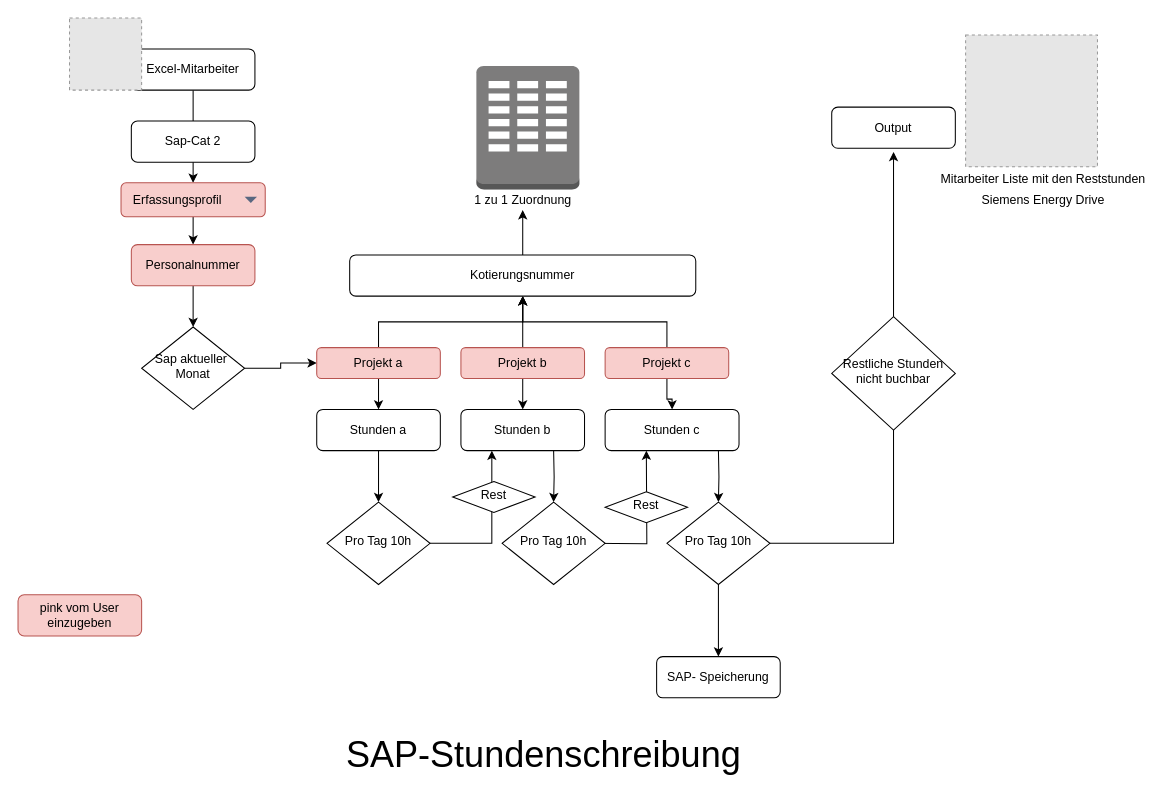
najima23/Web-Programmierung keeps this draw.io diagram as Untitled Diagram.drawio. Above is the earlier version. Source tidied: cells renumbered, new cells numbered last; positions are measured from the earlier drawing's top-left corner, leaving out a move shared by most shapes. Both pictures are drawn from the tidied source at 103%, with x=0, y=0 at pixel (18, 18). Pictures stored in the file or linked from it are replaced by grey dashed boxes.
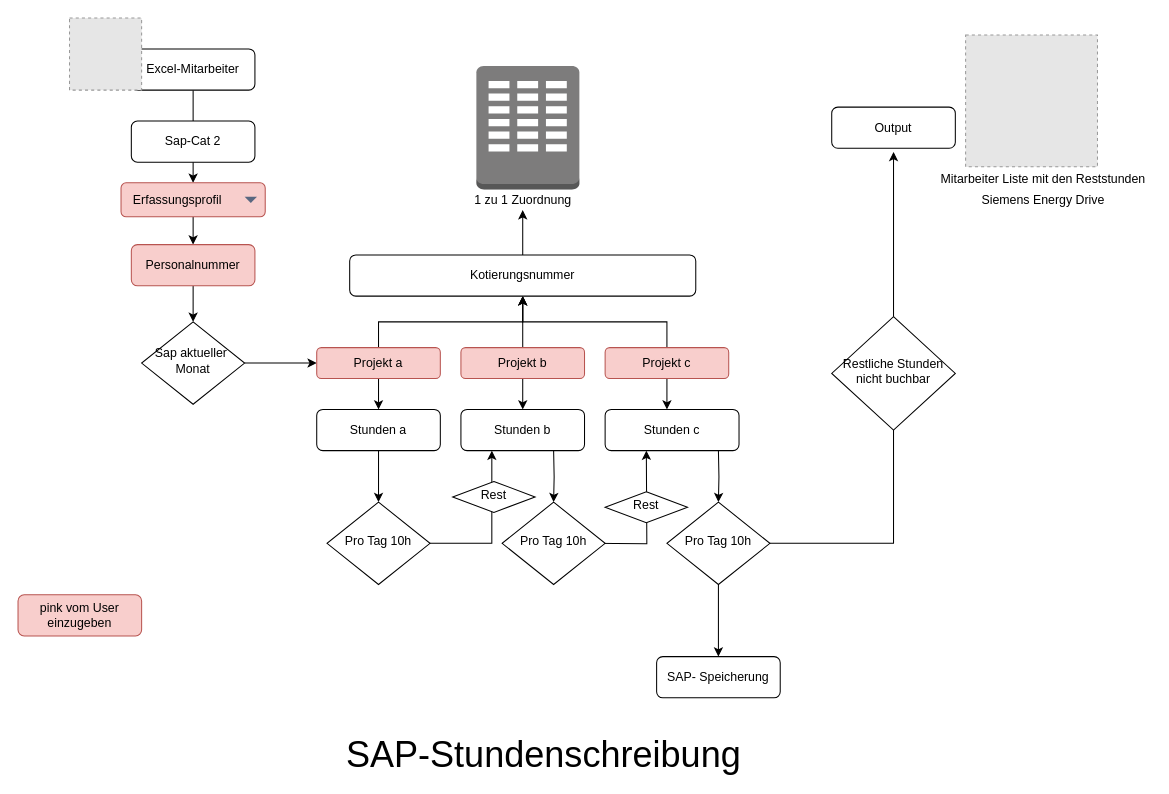
Above is the later version.

Unchanged cells that the change refers to:
```xml
<mxCell id="23" value="Projekt c" style="rounded=1;whiteSpace=wrap;html=1;fontSize=12;glass=0;strokeWidth=1;shadow=0;fillColor=#f8cecc;strokeColor=#b85450;" parent="1" vertex="1">
  <mxGeometry x="570" y="320" width="120" height="30" as="geometry" />
</mxCell>
<mxCell id="27" value="Stunden c" style="rounded=1;whiteSpace=wrap;html=1;fontSize=12;glass=0;strokeWidth=1;shadow=0;" parent="1" vertex="1">
  <mxGeometry x="570" y="380" width="130" height="40" as="geometry" />
</mxCell>
```

Change to the diagram source:
```diff
@@
     <mxCell id="13" value="Sap aktueller&amp;nbsp;&lt;br&gt;Monat" style="rhombus;whiteSpace=wrap;html=1;shadow=0;fontFamily=Helvetica;fontSize=12;align=center;strokeWidth=1;spacing=6;spacingTop=-4;" parent="1" vertex="1">
-      <mxGeometry x="120" y="300" width="100" height="80" as="geometry" />
+      <mxGeometry x="120" y="295" width="100" height="80" as="geometry" />
     </mxCell>
@@
-    <mxCell id="22" style="edgeStyle=orthogonalEdgeStyle;rounded=0;jettySize=auto;html=1;" parent="1" edge="1" source="23" target="27">
-      <mxGeometry relative="1" as="geometry" />
+    <mxCell id="22" style="edgeStyle=orthogonalEdgeStyle;rounded=0;jettySize=auto;html=1;fontSize=35;" parent="1" edge="1" source="23" target="27">
+      <mxGeometry relative="1" as="geometry">
+        <Array as="points">
+          <mxPoint x="630" y="380" />
+          <mxPoint x="630" y="380" />
+        </Array>
+      </mxGeometry>
     </mxCell>
```
